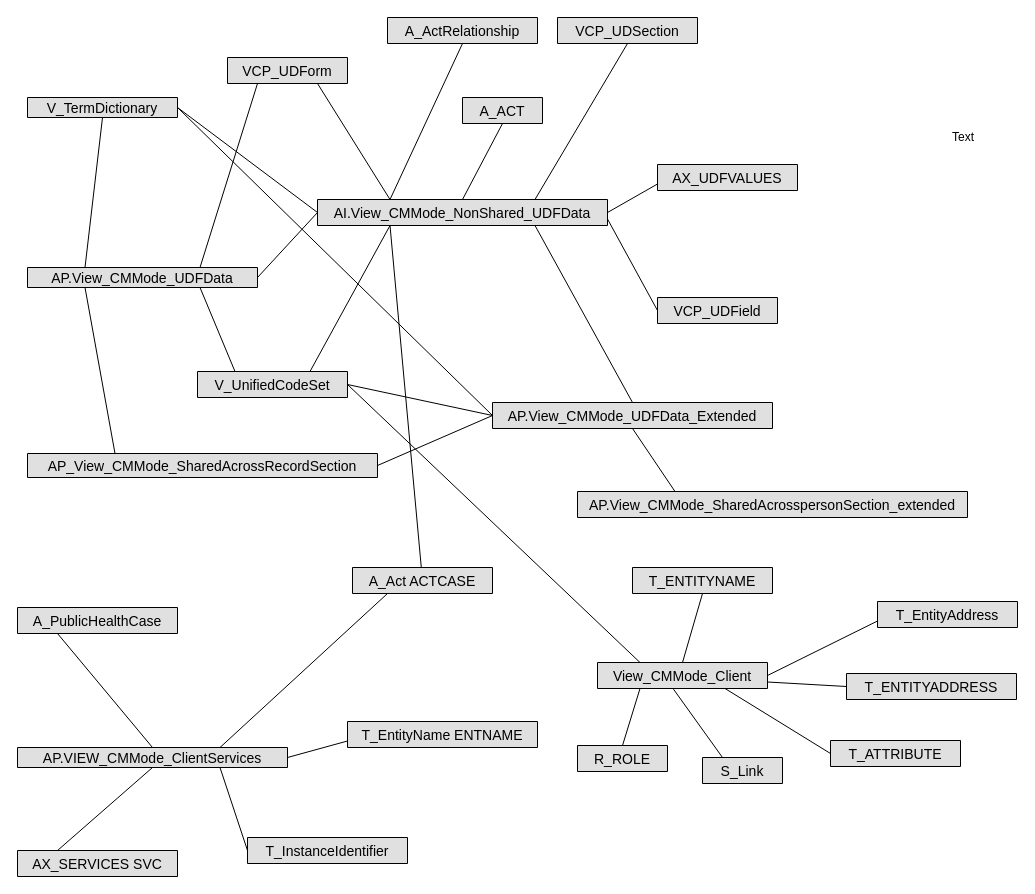
The draw.io diagram HV_DB_ERD.drawio in thomasawolff/verification_text_data, before the edit. Source tidied: cells renumbered, new cells numbered last; positions are measured from the earlier drawing's top-left corner, leaving out a move shared by most shapes. Both pictures are drawn from the tidied source at 100%, with x=0, y=0 at pixel (17, 17).
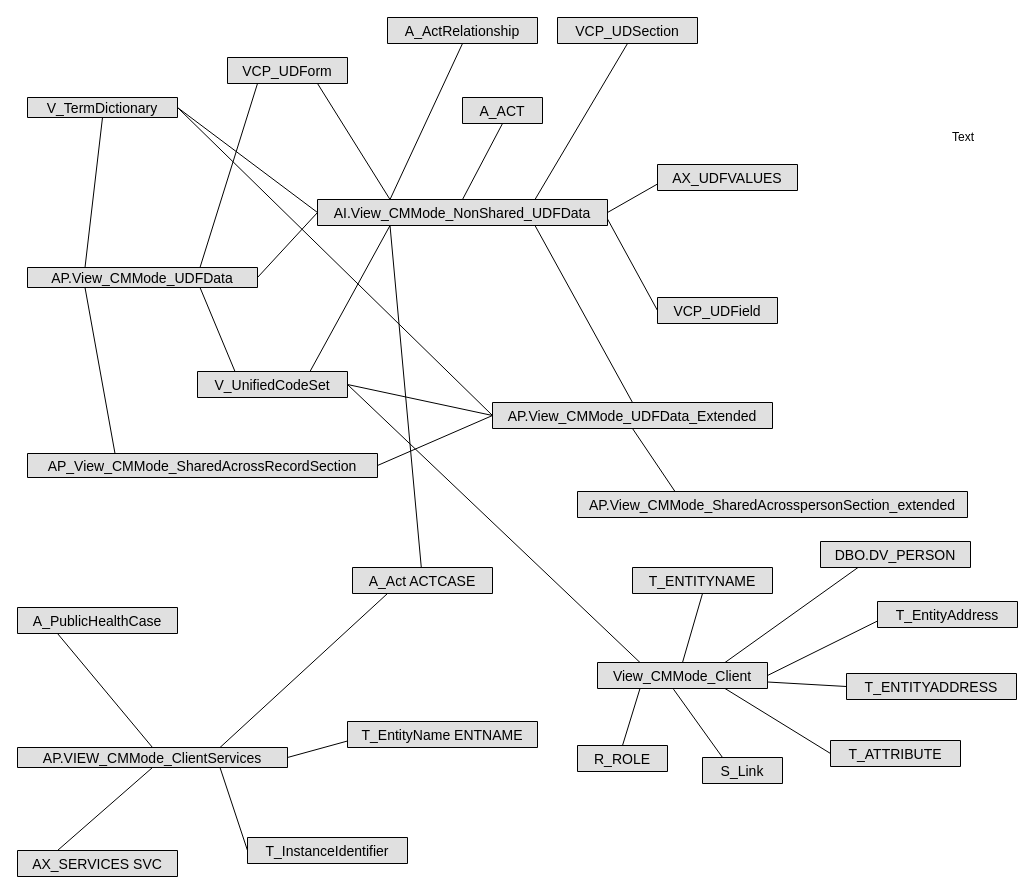
After the change.

Unchanged cells that the change refers to:
```xml
<mxCell id="45" value="View_CMMode_Client" style="swimlane;fontStyle=0;horizontal=1;startSize=26;fillColor=#e0e0e0;swimlaneFillColor=#ffffff;align=center;fontSize=14;" parent="1" vertex="1" collapsed="1">
  <mxGeometry x="580" y="645" width="170" height="26" as="geometry" />
</mxCell>
```

The edit, as a diff of the source:
```diff
@@
+    <mxCell id="60" value="DBO.DV_PERSON" style="swimlane;fontStyle=0;horizontal=1;startSize=26;fillColor=#e0e0e0;swimlaneFillColor=#ffffff;align=center;fontSize=14;" parent="1" vertex="1" collapsed="1">
+      <mxGeometry x="803" y="524" width="150" height="26" as="geometry" />
+    </mxCell>
+    <mxCell id="61" style="endArrow=none;html=1;exitX=0.75;exitY=0;exitDx=0;exitDy=0;entryX=0.25;entryY=1;entryDx=0;entryDy=0;" parent="1" edge="1" source="45" target="60">
+      <mxGeometry relative="1" as="geometry" />
+    </mxCell>
```
